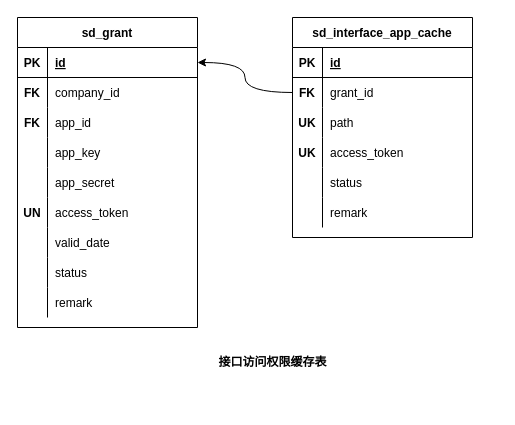
Above: page "20220930154752" (8 of 10) of src/work/wyjz/service_directory/db_design_20220930.drawio in ab-doc/draw.io (draw.io), before the change. Source tidied: cells renumbered, new cells numbered last; positions are measured from the earlier drawing's top-left corner, leaving out a move shared by most shapes. Both pictures are drawn from the tidied source at 100%, with x=0, y=0 at pixel (17, 17).
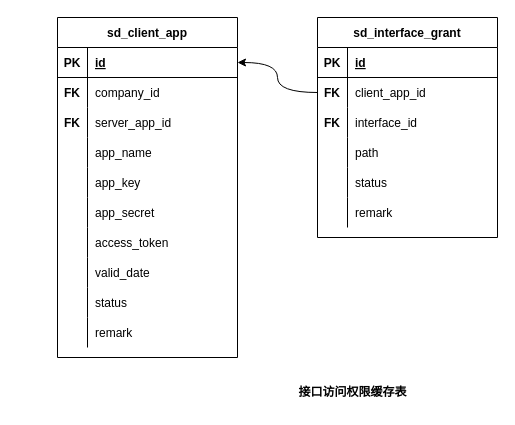
The same page after the edit.

The change refers to these unchanged cells:
```xml
<mxCell id="7" style="shape=tableRow;horizontal=0;startSize=0;swimlaneHead=0;swimlaneBody=0;fillColor=none;points=[[0,0.5],[1,0.5]];portConstraint=eastwest;top=0;left=0;right=0;bottom=0;" parent="3" vertex="1">
  <mxGeometry y="60" width="180" height="30" as="geometry" />
</mxCell>
```

What changed in the source:
```diff
@@
-    <mxCell id="3" value="sd_interface_app_cache" style="shape=table;startSize=30;childLayout=tableLayout;rowLines=0;fontStyle=1;align=center;" parent="1" vertex="1">
-      <mxGeometry x="275" width="180" height="220" as="geometry" />
+    <mxCell id="3" value="sd_interface_grant" style="shape=table;startSize=30;childLayout=tableLayout;rowLines=0;fontStyle=1;align=center;" parent="1" vertex="1">
+      <mxGeometry x="300" width="180" height="220" as="geometry" />
     </mxCell>
@@
-    <mxCell id="9" value="grant_id" style="shape=partialRectangle;fillColor=none;top=0;left=0;bottom=0;right=0;align=left;spacingLeft=6;overflow=hidden;" parent="7" vertex="1">
+    <mxCell id="9" value="client_app_id" style="shape=partialRectangle;fillColor=none;top=0;left=0;bottom=0;right=0;align=left;spacingLeft=6;overflow=hidden;" parent="7" vertex="1">
       <mxGeometry x="30" width="150" height="30" as="geometry" />
     </mxCell>
+    <mxCell id="51" style="shape=tableRow;horizontal=0;startSize=0;swimlaneHead=0;swimlaneBody=0;fillColor=none;top=0;left=0;right=0;bottom=0;" parent="3" vertex="1">
+      <mxGeometry y="90" width="180" height="30" as="geometry" />
+    </mxCell>
+    <mxCell id="52" value="FK" style="shape=partialRectangle;fillColor=none;top=0;left=0;bottom=0;right=0;overflow=hidden;fontStyle=1;" parent="51" vertex="1">
+      <mxGeometry width="30" height="30" as="geometry" />
+    </mxCell>
+    <mxCell id="53" value="interface_id" style="shape=partialRectangle;fillColor=none;top=0;left=0;bottom=0;right=0;align=left;spacingLeft=6;overflow=hidden;" parent="51" vertex="1">
+      <mxGeometry x="30" width="150" height="30" as="geometry" />
+    </mxCell>
     <mxCell id="10" style="shape=tableRow;horizontal=0;startSize=0;swimlaneHead=0;swimlaneBody=0;fillColor=none;top=0;left=0;right=0;bottom=0;" parent="3" vertex="1">
-      <mxGeometry y="90" width="180" height="30" as="geometry" />
+      <mxGeometry y="120" width="180" height="30" as="geometry" />
     </mxCell>
-    <mxCell id="11" value="UK" style="shape=partialRectangle;fillColor=none;top=0;left=0;bottom=0;right=0;overflow=hidden;fontStyle=1;" parent="10" vertex="1">
+    <mxCell id="11" style="shape=partialRectangle;fillColor=none;top=0;left=0;bottom=0;right=0;overflow=hidden;fontStyle=1;" parent="10" vertex="1">
       <mxGeometry width="30" height="30" as="geometry" />
     </mxCell>
@@
-    <mxCell id="13" style="shape=tableRow;horizontal=0;startSize=0;swimlaneHead=0;swimlaneBody=0;fillColor=none;top=0;left=0;right=0;bottom=0;" parent="3" vertex="1">
-      <mxGeometry y="120" width="180" height="30" as="geometry" />
-    </mxCell>
-    <mxCell id="14" value="UK" style="shape=partialRectangle;fillColor=none;top=0;left=0;bottom=0;right=0;overflow=hidden;fontStyle=1;" parent="13" vertex="1">
-      <mxGeometry width="30" height="30" as="geometry" />
-    </mxCell>
-    <mxCell id="15" value="access_token" style="shape=partialRectangle;fillColor=none;top=0;left=0;bottom=0;right=0;align=left;spacingLeft=6;overflow=hidden;" parent="13" vertex="1">
-      <mxGeometry x="30" width="150" height="30" as="geometry" />
-    </mxCell>
@@
     <mxCell id="22" value="&lt;b&gt;接口访问权限缓存表&lt;/b&gt;" style="text;html=1;align=center;verticalAlign=middle;strokeColor=none;fillColor=none;" parent="1" vertex="1">
-      <mxGeometry x="190" y="330" width="130" height="30" as="geometry" />
+      <mxGeometry x="270" y="360" width="130" height="30" as="geometry" />
     </mxCell>
-    <mxCell id="23" value="sd_grant" style="shape=table;startSize=30;childLayout=tableLayout;rowLines=0;fontStyle=1;align=center;" parent="1" vertex="1">
-      <mxGeometry width="180" height="310" as="geometry" />
-    </mxCell>
+    <mxCell id="54" value="sd_client_app" style="shape=table;startSize=30;childLayout=tableLayout;rowLines=0;fontStyle=1;align=center;" parent="1" vertex="1">
+      <mxGeometry x="40" width="180" height="340" as="geometry" />
+    </mxCell>
-    <mxCell id="24" style="shape=tableRow;horizontal=0;startSize=0;swimlaneHead=0;swimlaneBody=0;fillColor=none;points=[[0,0.5],[1,0.5]];portConstraint=eastwest;top=0;left=0;right=0;bottom=1;" parent="23" vertex="1">
+    <mxCell id="24" style="shape=tableRow;horizontal=0;startSize=0;swimlaneHead=0;swimlaneBody=0;fillColor=none;points=[[0,0.5],[1,0.5]];portConstraint=eastwest;top=0;left=0;right=0;bottom=1;" parent="54" vertex="1">
       <mxGeometry y="30" width="180" height="30" as="geometry" />
     </mxCell>
@@
-    <mxCell id="27" style="shape=tableRow;horizontal=0;startSize=0;swimlaneHead=0;swimlaneBody=0;fillColor=none;top=0;left=0;right=0;bottom=0;" parent="23" vertex="1">
+    <mxCell id="27" style="shape=tableRow;horizontal=0;startSize=0;swimlaneHead=0;swimlaneBody=0;fillColor=none;top=0;left=0;right=0;bottom=0;" parent="54" vertex="1">
       <mxGeometry y="60" width="180" height="30" as="geometry" />
     </mxCell>
-    <mxCell id="28" value="FK" style="shape=partialRectangle;fillColor=none;top=0;left=0;bottom=0;right=0;overflow=hidden;fontStyle=1;" parent="27" vertex="1">
-      <mxGeometry width="30" height="30" as="geometry" />
-    </mxCell>
+    <mxCell id="55" value="FK" style="shape=partialRectangle;fillColor=none;top=0;left=0;bottom=0;right=0;overflow=hidden;fontStyle=1;" parent="27" vertex="1">
+      <mxGeometry width="30" height="30" as="geometry" />
+    </mxCell>
@@
-    <mxCell id="30" style="shape=tableRow;horizontal=0;startSize=0;swimlaneHead=0;swimlaneBody=0;fillColor=none;top=0;left=0;right=0;bottom=0;" parent="23" vertex="1">
-      <mxGeometry y="90" width="180" height="30" as="geometry" />
-    </mxCell>
-    <mxCell id="31" value="FK" style="shape=partialRectangle;fillColor=none;top=0;left=0;bottom=0;right=0;overflow=hidden;fontStyle=1;" parent="30" vertex="1">
-      <mxGeometry width="30" height="30" as="geometry" />
-    </mxCell>
-    <mxCell id="32" value="app_id" style="shape=partialRectangle;fillColor=none;top=0;left=0;bottom=0;right=0;align=left;spacingLeft=6;overflow=hidden;" parent="30" vertex="1">
-      <mxGeometry x="30" width="150" height="30" as="geometry" />
-    </mxCell>
-    <mxCell id="33" style="shape=tableRow;horizontal=0;startSize=0;swimlaneHead=0;swimlaneBody=0;fillColor=none;top=0;left=0;right=0;bottom=0;" parent="23" vertex="1">
-      <mxGeometry y="120" width="180" height="30" as="geometry" />
-    </mxCell>
-    <mxCell id="34" style="shape=partialRectangle;fillColor=none;top=0;left=0;bottom=0;right=0;overflow=hidden;" parent="33" vertex="1">
-      <mxGeometry width="30" height="30" as="geometry" />
-    </mxCell>
+    <mxCell id="56" style="shape=tableRow;horizontal=0;startSize=0;swimlaneHead=0;swimlaneBody=0;fillColor=none;top=0;left=0;right=0;bottom=0;" parent="54" vertex="1">
+      <mxGeometry y="90" width="180" height="30" as="geometry" />
+    </mxCell>
+    <mxCell id="57" value="FK" style="shape=partialRectangle;fillColor=none;top=0;left=0;bottom=0;right=0;overflow=hidden;fontStyle=1;" parent="56" vertex="1">
+      <mxGeometry width="30" height="30" as="geometry" />
+    </mxCell>
+    <mxCell id="58" value="server_app_id" style="shape=partialRectangle;fillColor=none;top=0;left=0;bottom=0;right=0;align=left;spacingLeft=6;overflow=hidden;" parent="56" vertex="1">
+      <mxGeometry x="30" width="150" height="30" as="geometry" />
+    </mxCell>
+    <mxCell id="59" style="shape=tableRow;horizontal=0;startSize=0;swimlaneHead=0;swimlaneBody=0;fillColor=none;top=0;left=0;right=0;bottom=0;" parent="54" vertex="1">
+      <mxGeometry y="120" width="180" height="30" as="geometry" />
+    </mxCell>
+    <mxCell id="60" style="shape=partialRectangle;fillColor=none;top=0;left=0;bottom=0;right=0;overflow=hidden;" parent="59" vertex="1">
+      <mxGeometry width="30" height="30" as="geometry" />
+    </mxCell>
+    <mxCell id="61" value="app_name" style="shape=partialRectangle;fillColor=none;top=0;left=0;bottom=0;right=0;align=left;spacingLeft=6;overflow=hidden;" parent="59" vertex="1">
+      <mxGeometry x="30" width="150" height="30" as="geometry" />
+    </mxCell>
+    <mxCell id="36" style="shape=tableRow;horizontal=0;startSize=0;swimlaneHead=0;swimlaneBody=0;fillColor=none;top=0;left=0;right=0;bottom=0;" parent="54" vertex="1">
+      <mxGeometry y="150" width="180" height="30" as="geometry" />
+    </mxCell>
+    <mxCell id="62" style="shape=partialRectangle;fillColor=none;top=0;left=0;bottom=0;right=0;overflow=hidden;" parent="36" vertex="1">
+      <mxGeometry width="30" height="30" as="geometry" />
+    </mxCell>
-    <mxCell id="35" value="app_key" style="shape=partialRectangle;fillColor=none;top=0;left=0;bottom=0;right=0;align=left;spacingLeft=6;overflow=hidden;" parent="33" vertex="1">
+    <mxCell id="35" value="app_key" style="shape=partialRectangle;fillColor=none;top=0;left=0;bottom=0;right=0;align=left;spacingLeft=6;overflow=hidden;" parent="36" vertex="1">
       <mxGeometry x="30" width="150" height="30" as="geometry" />
     </mxCell>
-    <mxCell id="36" style="shape=tableRow;horizontal=0;startSize=0;swimlaneHead=0;swimlaneBody=0;fillColor=none;top=0;left=0;right=0;bottom=0;" parent="23" vertex="1">
-      <mxGeometry y="150" width="180" height="30" as="geometry" />
-    </mxCell>
-    <mxCell id="37" style="shape=partialRectangle;fillColor=none;top=0;left=0;bottom=0;right=0;overflow=hidden;" parent="36" vertex="1">
-      <mxGeometry width="30" height="30" as="geometry" />
-    </mxCell>
+    <mxCell id="39" style="shape=tableRow;horizontal=0;startSize=0;swimlaneHead=0;swimlaneBody=0;fillColor=none;top=0;left=0;right=0;bottom=0;" parent="54" vertex="1">
+      <mxGeometry y="180" width="180" height="30" as="geometry" />
+    </mxCell>
+    <mxCell id="63" style="shape=partialRectangle;fillColor=none;top=0;left=0;bottom=0;right=0;overflow=hidden;" parent="39" vertex="1">
+      <mxGeometry width="30" height="30" as="geometry" />
+    </mxCell>
-    <mxCell id="38" value="app_secret" style="shape=partialRectangle;fillColor=none;top=0;left=0;bottom=0;right=0;align=left;spacingLeft=6;overflow=hidden;" parent="36" vertex="1">
+    <mxCell id="38" value="app_secret" style="shape=partialRectangle;fillColor=none;top=0;left=0;bottom=0;right=0;align=left;spacingLeft=6;overflow=hidden;" parent="39" vertex="1">
       <mxGeometry x="30" width="150" height="30" as="geometry" />
     </mxCell>
-    <mxCell id="39" style="shape=tableRow;horizontal=0;startSize=0;swimlaneHead=0;swimlaneBody=0;fillColor=none;top=0;left=0;right=0;bottom=0;" parent="23" vertex="1">
-      <mxGeometry y="180" width="180" height="30" as="geometry" />
-    </mxCell>
-    <mxCell id="40" value="UN" style="shape=partialRectangle;fillColor=none;top=0;left=0;bottom=0;right=0;overflow=hidden;fontStyle=1;" parent="39" vertex="1">
-      <mxGeometry width="30" height="30" as="geometry" />
-    </mxCell>
-    <mxCell id="41" value="access_token" style="shape=partialRectangle;fillColor=none;top=0;left=0;bottom=0;right=0;align=left;spacingLeft=6;overflow=hidden;" parent="39" vertex="1">
-      <mxGeometry x="30" width="150" height="30" as="geometry" />
-    </mxCell>
-    <mxCell id="42" style="shape=tableRow;horizontal=0;startSize=0;swimlaneHead=0;swimlaneBody=0;fillColor=none;top=0;left=0;right=0;bottom=0;" parent="23" vertex="1">
+    <mxCell id="42" style="shape=tableRow;horizontal=0;startSize=0;swimlaneHead=0;swimlaneBody=0;fillColor=none;top=0;left=0;right=0;bottom=0;" parent="54" vertex="1">
       <mxGeometry y="210" width="180" height="30" as="geometry" />
     </mxCell>
-    <mxCell id="43" style="shape=partialRectangle;fillColor=none;top=0;left=0;bottom=0;right=0;overflow=hidden;" parent="42" vertex="1">
-      <mxGeometry width="30" height="30" as="geometry" />
-    </mxCell>
+    <mxCell id="64" style="shape=partialRectangle;fillColor=none;top=0;left=0;bottom=0;right=0;overflow=hidden;fontStyle=1;" parent="42" vertex="1">
+      <mxGeometry width="30" height="30" as="geometry" />
+    </mxCell>
+    <mxCell id="65" value="access_token" style="shape=partialRectangle;fillColor=none;top=0;left=0;bottom=0;right=0;align=left;spacingLeft=6;overflow=hidden;" parent="42" vertex="1">
+      <mxGeometry x="30" width="150" height="30" as="geometry" />
+    </mxCell>
+    <mxCell id="45" style="shape=tableRow;horizontal=0;startSize=0;swimlaneHead=0;swimlaneBody=0;fillColor=none;top=0;left=0;right=0;bottom=0;" parent="54" vertex="1">
+      <mxGeometry y="240" width="180" height="30" as="geometry" />
+    </mxCell>
+    <mxCell id="66" style="shape=partialRectangle;fillColor=none;top=0;left=0;bottom=0;right=0;overflow=hidden;" parent="45" vertex="1">
+      <mxGeometry width="30" height="30" as="geometry" />
+    </mxCell>
-    <mxCell id="44" value="valid_date" style="shape=partialRectangle;fillColor=none;top=0;left=0;bottom=0;right=0;align=left;spacingLeft=6;overflow=hidden;" parent="42" vertex="1">
+    <mxCell id="44" value="valid_date" style="shape=partialRectangle;fillColor=none;top=0;left=0;bottom=0;right=0;align=left;spacingLeft=6;overflow=hidden;" parent="45" vertex="1">
       <mxGeometry x="30" width="150" height="30" as="geometry" />
     </mxCell>
-    <mxCell id="45" style="shape=tableRow;horizontal=0;startSize=0;swimlaneHead=0;swimlaneBody=0;fillColor=none;top=0;left=0;right=0;bottom=0;" parent="23" vertex="1">
-      <mxGeometry y="240" width="180" height="30" as="geometry" />
-    </mxCell>
-    <mxCell id="46" style="shape=partialRectangle;fillColor=none;top=0;left=0;bottom=0;right=0;overflow=hidden;" parent="45" vertex="1">
-      <mxGeometry width="30" height="30" as="geometry" />
-    </mxCell>
+    <mxCell id="48" style="shape=tableRow;horizontal=0;startSize=0;swimlaneHead=0;swimlaneBody=0;fillColor=none;top=0;left=0;right=0;bottom=0;" parent="54" vertex="1">
+      <mxGeometry y="270" width="180" height="30" as="geometry" />
+    </mxCell>
+    <mxCell id="67" style="shape=partialRectangle;fillColor=none;top=0;left=0;bottom=0;right=0;overflow=hidden;" parent="48" vertex="1">
+      <mxGeometry width="30" height="30" as="geometry" />
+    </mxCell>
-    <mxCell id="47" value="status" style="shape=partialRectangle;fillColor=none;top=0;left=0;bottom=0;right=0;align=left;spacingLeft=6;overflow=hidden;" parent="45" vertex="1">
+    <mxCell id="47" value="status" style="shape=partialRectangle;fillColor=none;top=0;left=0;bottom=0;right=0;align=left;spacingLeft=6;overflow=hidden;" parent="48" vertex="1">
       <mxGeometry x="30" width="150" height="30" as="geometry" />
     </mxCell>
-    <mxCell id="48" style="shape=tableRow;horizontal=0;startSize=0;swimlaneHead=0;swimlaneBody=0;fillColor=none;top=0;left=0;right=0;bottom=0;" parent="23" vertex="1">
-      <mxGeometry y="270" width="180" height="30" as="geometry" />
-    </mxCell>
-    <mxCell id="49" style="shape=partialRectangle;fillColor=none;top=0;left=0;bottom=0;right=0;overflow=hidden;" parent="48" vertex="1">
-      <mxGeometry width="30" height="30" as="geometry" />
-    </mxCell>
+    <mxCell id="68" style="shape=tableRow;horizontal=0;startSize=0;swimlaneHead=0;swimlaneBody=0;fillColor=none;top=0;left=0;right=0;bottom=0;" parent="54" vertex="1">
+      <mxGeometry y="300" width="180" height="30" as="geometry" />
+    </mxCell>
+    <mxCell id="69" style="shape=partialRectangle;fillColor=none;top=0;left=0;bottom=0;right=0;overflow=hidden;" parent="68" vertex="1">
+      <mxGeometry width="30" height="30" as="geometry" />
+    </mxCell>
-    <mxCell id="50" value="remark" style="shape=partialRectangle;fillColor=none;top=0;left=0;bottom=0;right=0;align=left;spacingLeft=6;overflow=hidden;" parent="48" vertex="1">
+    <mxCell id="50" value="remark" style="shape=partialRectangle;fillColor=none;top=0;left=0;bottom=0;right=0;align=left;spacingLeft=6;overflow=hidden;" parent="68" vertex="1">
       <mxGeometry x="30" width="150" height="30" as="geometry" />
     </mxCell>
```
